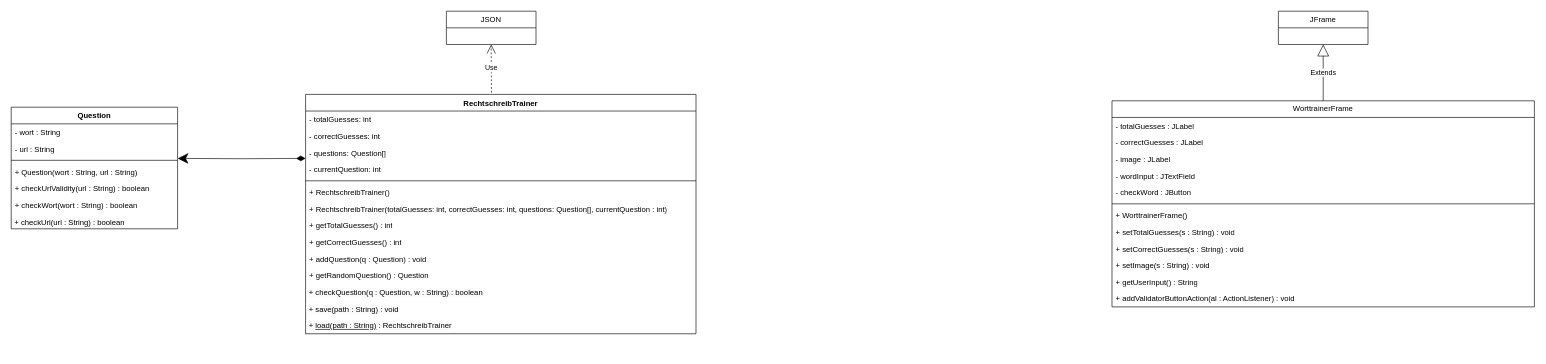
TGM-HIT/sew9-2425-worttrainer-ahujaankush keeps this draw.io diagram as Worttrainer.drawio. Above is the earlier version. Source tidied: cells renumbered, new cells numbered last; positions are measured from the earlier drawing's top-left corner, leaving out a move shared by most shapes. Both pictures are drawn from the tidied source at 64%, with x=0, y=0 at pixel (11, 11).
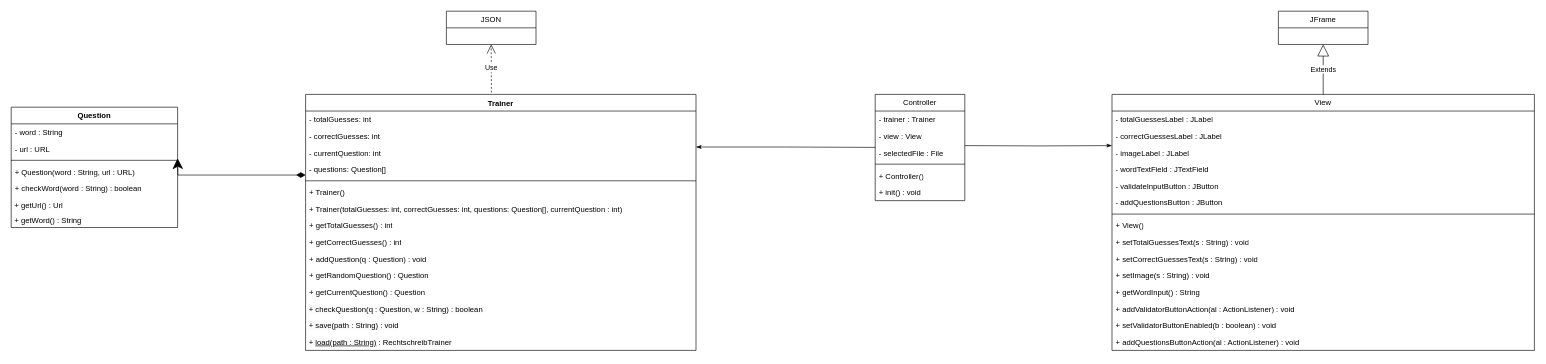
After the change.

What changed in the source:
```diff
@@
     <mxCell id="2" value="Question" style="swimlane;fontStyle=1;align=center;verticalAlign=top;horizontal=1;startSize=26;whiteSpace=wrap;html=1;" parent="1" vertex="1">
-      <mxGeometry y="150" width="260" height="190" as="geometry" />
+      <mxGeometry y="150" width="260" height="188" as="geometry" />
     </mxCell>
-    <mxCell id="3" value="- wort : String" style="text;strokeColor=none;fillColor=none;align=left;verticalAlign=top;spacingLeft=4;spacingRight=4;overflow=hidden;whiteSpace=wrap;html=1;" parent="2" vertex="1">
+    <mxCell id="3" value="- word : String" style="text;strokeColor=none;fillColor=none;align=left;verticalAlign=top;spacingLeft=4;spacingRight=4;overflow=hidden;whiteSpace=wrap;html=1;" parent="2" vertex="1">
       <mxGeometry y="26" width="260" height="26" as="geometry" />
     </mxCell>
-    <mxCell id="4" value="- url : String" style="text;strokeColor=none;fillColor=none;align=left;verticalAlign=top;spacingLeft=4;spacingRight=4;overflow=hidden;whiteSpace=wrap;html=1;" parent="2" vertex="1">
+    <mxCell id="4" value="- url : URL" style="text;strokeColor=none;fillColor=none;align=left;verticalAlign=top;spacingLeft=4;spacingRight=4;overflow=hidden;whiteSpace=wrap;html=1;" parent="2" vertex="1">
       <mxGeometry y="52" width="260" height="26" as="geometry" />
     </mxCell>
@@
-    <mxCell id="6" value="+ Question(wort : String, url : String)" style="text;strokeColor=none;fillColor=none;align=left;verticalAlign=top;spacingLeft=4;spacingRight=4;overflow=hidden;whiteSpace=wrap;html=1;" parent="2" vertex="1">
+    <mxCell id="6" value="+ Question(word : String, url : URL)" style="text;strokeColor=none;fillColor=none;align=left;verticalAlign=top;spacingLeft=4;spacingRight=4;overflow=hidden;whiteSpace=wrap;html=1;" parent="2" vertex="1">
       <mxGeometry y="88" width="260" height="26" as="geometry" />
     </mxCell>
-    <mxCell id="7" value="+ checkUrlValidity(url : String) : boolean" style="text;strokeColor=none;fillColor=none;align=left;verticalAlign=top;spacingLeft=4;spacingRight=4;overflow=hidden;whiteSpace=wrap;html=1;" parent="2" vertex="1">
-      <mxGeometry y="114" width="260" height="26" as="geometry" />
-    </mxCell>
-    <mxCell id="8" value="+ checkWort(wort : String) : boolean" style="text;strokeColor=none;fillColor=none;align=left;verticalAlign=top;spacingLeft=4;spacingRight=4;overflow=hidden;whiteSpace=wrap;html=1;" parent="2" vertex="1">
-      <mxGeometry y="140" width="260" height="26" as="geometry" />
+    <mxCell id="8" value="+ checkWord(word : String) : boolean" style="text;strokeColor=none;fillColor=none;align=left;verticalAlign=top;spacingLeft=4;spacingRight=4;overflow=hidden;whiteSpace=wrap;html=1;" parent="2" vertex="1">
+      <mxGeometry y="114" width="260" height="26" as="geometry" />
     </mxCell>
-    <mxCell id="9" value="&lt;span style=&quot;color: rgb(0, 0, 0); font-family: Helvetica; font-size: 12px; font-style: normal; font-variant-ligatures: normal; font-variant-caps: normal; font-weight: 400; letter-spacing: normal; orphans: 2; text-align: left; text-indent: 0px; text-transform: none; widows: 2; word-spacing: 0px; -webkit-text-stroke-width: 0px; white-space: normal; background-color: rgb(251, 251, 251); text-decoration-thickness: initial; text-decoration-style: initial; text-decoration-color: initial; display: inline !important; float: none;&quot;&gt;&amp;nbsp;+ checkUrl(url : String) : boolean&lt;/span&gt;" style="text;whiteSpace=wrap;html=1;" parent="2" vertex="1">
-      <mxGeometry y="166" width="260" height="24" as="geometry" />
+    <mxCell id="9" value="&lt;span style=&quot;color: rgb(0, 0, 0); font-family: Helvetica; font-size: 12px; font-style: normal; font-variant-ligatures: normal; font-variant-caps: normal; font-weight: 400; letter-spacing: normal; orphans: 2; text-align: left; text-indent: 0px; text-transform: none; widows: 2; word-spacing: 0px; -webkit-text-stroke-width: 0px; white-space: normal; background-color: rgb(251, 251, 251); text-decoration-thickness: initial; text-decoration-style: initial; text-decoration-color: initial; display: inline !important; float: none;&quot;&gt;&amp;nbsp;+ getUrl() : Url&lt;/span&gt;" style="text;whiteSpace=wrap;html=1;" parent="2" vertex="1">
+      <mxGeometry y="140" width="260" height="24" as="geometry" />
     </mxCell>
+    <mxCell id="43" value="&lt;span style=&quot;color: rgb(0, 0, 0); font-family: Helvetica; font-size: 12px; font-style: normal; font-variant-ligatures: normal; font-variant-caps: normal; font-weight: 400; letter-spacing: normal; orphans: 2; text-align: left; text-indent: 0px; text-transform: none; widows: 2; word-spacing: 0px; -webkit-text-stroke-width: 0px; white-space: normal; background-color: rgb(251, 251, 251); text-decoration-thickness: initial; text-decoration-style: initial; text-decoration-color: initial; display: inline !important; float: none;&quot;&gt;&amp;nbsp;+ getWord() : String&lt;/span&gt;" style="text;whiteSpace=wrap;html=1;" parent="2" vertex="1">
+      <mxGeometry y="164" width="260" height="24" as="geometry" />
+    </mxCell>
-    <mxCell id="10" value="RechtschreibTrainer" style="swimlane;fontStyle=1;align=center;verticalAlign=top;horizontal=1;startSize=26;whiteSpace=wrap;html=1;" parent="1" vertex="1">
-      <mxGeometry x="460" y="130" width="610" height="374" as="geometry" />
+    <mxCell id="10" value="Trainer" style="swimlane;fontStyle=1;align=center;verticalAlign=top;horizontal=1;startSize=26;whiteSpace=wrap;html=1;" parent="1" vertex="1">
+      <mxGeometry x="460" y="130" width="610" height="400" as="geometry" />
     </mxCell>
@@
+    <mxCell id="14" value="- currentQuestion: int" style="text;strokeColor=none;fillColor=none;align=left;verticalAlign=top;spacingLeft=4;spacingRight=4;overflow=hidden;whiteSpace=wrap;html=1;" parent="10" vertex="1">
+      <mxGeometry y="78" width="610" height="26" as="geometry" />
+    </mxCell>
     <mxCell id="13" value="- questions: Question[]" style="text;strokeColor=none;fillColor=none;align=left;verticalAlign=top;spacingLeft=4;spacingRight=4;overflow=hidden;points=[[0,0.5],[1,0.5]];portConstraint=eastwest;whiteSpace=wrap;html=1;" parent="10" vertex="1">
-      <mxGeometry y="78" width="610" height="26" as="geometry" />
+      <mxGeometry y="104" width="610" height="26" as="geometry" />
     </mxCell>
-    <mxCell id="14" value="- currentQuestion: int" style="text;strokeColor=none;fillColor=none;align=left;verticalAlign=top;spacingLeft=4;spacingRight=4;overflow=hidden;whiteSpace=wrap;html=1;" parent="10" vertex="1">
-      <mxGeometry y="104" width="610" height="26" as="geometry" />
-    </mxCell>
@@
-    <mxCell id="16" value="+ RechtschreibTrainer()" style="text;strokeColor=none;fillColor=none;align=left;verticalAlign=top;spacingLeft=4;spacingRight=4;overflow=hidden;whiteSpace=wrap;html=1;" parent="10" vertex="1">
+    <mxCell id="16" value="+ Trainer()" style="text;strokeColor=none;fillColor=none;align=left;verticalAlign=top;spacingLeft=4;spacingRight=4;overflow=hidden;whiteSpace=wrap;html=1;" parent="10" vertex="1">
       <mxGeometry y="140" width="610" height="26" as="geometry" />
     </mxCell>
-    <mxCell id="17" value="+ RechtschreibTrainer(totalGuesses: int, correctGuesses: int, questions: Question[], currentQuestion : int)" style="text;strokeColor=none;fillColor=none;align=left;verticalAlign=top;spacingLeft=4;spacingRight=4;overflow=hidden;whiteSpace=wrap;html=1;" parent="10" vertex="1">
+    <mxCell id="17" value="+ Trainer(totalGuesses: int, correctGuesses: int, questions: Question[], currentQuestion : int)" style="text;strokeColor=none;fillColor=none;align=left;verticalAlign=top;spacingLeft=4;spacingRight=4;overflow=hidden;whiteSpace=wrap;html=1;" parent="10" vertex="1">
       <mxGeometry y="166" width="610" height="26" as="geometry" />
     </mxCell>
@@
+    <mxCell id="44" value="+ getCurrentQuestion() : Question" style="text;strokeColor=none;fillColor=none;align=left;verticalAlign=top;spacingLeft=4;spacingRight=4;overflow=hidden;whiteSpace=wrap;html=1;" parent="10" vertex="1">
+      <mxGeometry y="296" width="610" height="26" as="geometry" />
+    </mxCell>
     <mxCell id="22" value="&lt;span style=&quot;color: rgb(0, 0, 0); font-family: Helvetica; font-size: 12px; font-style: normal; font-variant-ligatures: normal; font-variant-caps: normal; font-weight: 400; letter-spacing: normal; orphans: 2; text-align: left; text-indent: 0px; text-transform: none; widows: 2; word-spacing: 0px; -webkit-text-stroke-width: 0px; white-space: normal; background-color: rgb(251, 251, 251); text-decoration-thickness: initial; text-decoration-style: initial; text-decoration-color: initial; display: inline !important; float: none;&quot;&gt;&amp;nbsp;+ checkQuestion(q : Question, w : String) : boolean&lt;/span&gt;" style="text;whiteSpace=wrap;html=1;" parent="10" vertex="1">
-      <mxGeometry y="296" width="610" height="26" as="geometry" />
+      <mxGeometry y="322" width="610" height="26" as="geometry" />
     </mxCell>
     <mxCell id="23" value="&lt;span style=&quot;color: rgb(0, 0, 0); font-family: Helvetica; font-size: 12px; font-style: normal; font-variant-ligatures: normal; font-variant-caps: normal; font-weight: 400; letter-spacing: normal; orphans: 2; text-align: left; text-indent: 0px; text-transform: none; widows: 2; word-spacing: 0px; -webkit-text-stroke-width: 0px; white-space: normal; background-color: rgb(251, 251, 251); text-decoration-thickness: initial; text-decoration-style: initial; text-decoration-color: initial; display: inline !important; float: none;&quot;&gt;&amp;nbsp;+ save(path : String) : void&lt;/span&gt;" style="text;whiteSpace=wrap;html=1;" parent="10" vertex="1">
-      <mxGeometry y="322" width="610" height="26" as="geometry" />
+      <mxGeometry y="348" width="610" height="26" as="geometry" />
     </mxCell>
     <mxCell id="24" value="&lt;span style=&quot;color: rgb(0, 0, 0); font-family: Helvetica; font-size: 12px; font-style: normal; font-variant-ligatures: normal; font-variant-caps: normal; font-weight: 400; letter-spacing: normal; orphans: 2; text-align: left; text-indent: 0px; text-transform: none; widows: 2; word-spacing: 0px; -webkit-text-stroke-width: 0px; white-space: normal; background-color: rgb(251, 251, 251); text-decoration-thickness: initial; text-decoration-style: initial; text-decoration-color: initial; display: inline !important; float: none;&quot;&gt;&amp;nbsp;+ &lt;u&gt;load(path : String)&lt;/u&gt; : RechtschreibTrainer&lt;/span&gt;" style="text;whiteSpace=wrap;html=1;" parent="10" vertex="1">
-      <mxGeometry y="348" width="610" height="26" as="geometry" />
+      <mxGeometry y="374" width="610" height="26" as="geometry" />
     </mxCell>
@@
-    <mxCell id="28" value="WorttrainerFrame" style="swimlane;fontStyle=0;horizontal=1;startSize=26;fillColor=none;whiteSpace=wrap;html=1;" parent="1" vertex="1">
-      <mxGeometry x="1720" y="140" width="660" height="322" as="geometry" />
+    <mxCell id="28" value="View" style="swimlane;fontStyle=0;horizontal=1;startSize=26;fillColor=none;whiteSpace=wrap;html=1;" parent="1" vertex="1">
+      <mxGeometry x="1720" y="130" width="660" height="400" as="geometry" />
     </mxCell>
-    <mxCell id="29" value="- totalGuesses : JLabel" style="text;strokeColor=none;fillColor=none;align=left;verticalAlign=top;spacingLeft=4;spacingRight=4;overflow=hidden;whiteSpace=wrap;html=1;" parent="28" vertex="1">
+    <mxCell id="29" value="- totalGuessesLabel : JLabel" style="text;strokeColor=none;fillColor=none;align=left;verticalAlign=top;spacingLeft=4;spacingRight=4;overflow=hidden;whiteSpace=wrap;html=1;" parent="28" vertex="1">
       <mxGeometry y="26" width="660" height="26" as="geometry" />
     </mxCell>
-    <mxCell id="30" value="- correctGuesses : JLabel" style="text;strokeColor=none;fillColor=none;align=left;verticalAlign=top;spacingLeft=4;spacingRight=4;overflow=hidden;whiteSpace=wrap;html=1;" parent="28" vertex="1">
+    <mxCell id="30" value="- correctGuessesLabel : JLabel" style="text;strokeColor=none;fillColor=none;align=left;verticalAlign=top;spacingLeft=4;spacingRight=4;overflow=hidden;whiteSpace=wrap;html=1;" parent="28" vertex="1">
       <mxGeometry y="52" width="660" height="26" as="geometry" />
     </mxCell>
-    <mxCell id="31" value="- image : JLabel" style="text;strokeColor=none;fillColor=none;align=left;verticalAlign=top;spacingLeft=4;spacingRight=4;overflow=hidden;points=[[0,0.5],[1,0.5]];portConstraint=eastwest;whiteSpace=wrap;html=1;" parent="28" vertex="1">
+    <mxCell id="31" value="- imageLabel : JLabel" style="text;strokeColor=none;fillColor=none;align=left;verticalAlign=top;spacingLeft=4;spacingRight=4;overflow=hidden;points=[[0,0.5],[1,0.5]];portConstraint=eastwest;whiteSpace=wrap;html=1;" parent="28" vertex="1">
       <mxGeometry y="78" width="660" height="26" as="geometry" />
     </mxCell>
-    <mxCell id="32" value="- wordInput : JTextField" style="text;strokeColor=none;fillColor=none;align=left;verticalAlign=top;spacingLeft=4;spacingRight=4;overflow=hidden;whiteSpace=wrap;html=1;" parent="28" vertex="1">
+    <mxCell id="32" value="- wordTextField : JTextField" style="text;strokeColor=none;fillColor=none;align=left;verticalAlign=top;spacingLeft=4;spacingRight=4;overflow=hidden;whiteSpace=wrap;html=1;" parent="28" vertex="1">
       <mxGeometry y="104" width="660" height="26" as="geometry" />
     </mxCell>
-    <mxCell id="33" value="- checkWord : JButton" style="text;strokeColor=none;fillColor=none;align=left;verticalAlign=top;spacingLeft=4;spacingRight=4;overflow=hidden;whiteSpace=wrap;html=1;" parent="28" vertex="1">
+    <mxCell id="33" value="- validateInputButton : JButton" style="text;strokeColor=none;fillColor=none;align=left;verticalAlign=top;spacingLeft=4;spacingRight=4;overflow=hidden;whiteSpace=wrap;html=1;" parent="28" vertex="1">
       <mxGeometry y="130" width="660" height="26" as="geometry" />
     </mxCell>
+    <mxCell id="45" value="- addQuestionsButton : JButton" style="text;strokeColor=none;fillColor=none;align=left;verticalAlign=top;spacingLeft=4;spacingRight=4;overflow=hidden;whiteSpace=wrap;html=1;" parent="28" vertex="1">
+      <mxGeometry y="156" width="660" height="26" as="geometry" />
+    </mxCell>
     <mxCell id="34" style="line;strokeWidth=1;fillColor=none;align=left;verticalAlign=middle;spacingTop=-1;spacingLeft=3;spacingRight=3;labelPosition=right;strokeColor=inherit;" parent="28" vertex="1">
-      <mxGeometry y="156" width="660" height="10" as="geometry" />
+      <mxGeometry y="182" width="660" height="10" as="geometry" />
     </mxCell>
-    <mxCell id="35" value="+&amp;nbsp;&lt;span style=&quot;text-align: center;&quot;&gt;WorttrainerFrame&lt;/span&gt;()" style="text;strokeColor=none;fillColor=none;align=left;verticalAlign=top;spacingLeft=4;spacingRight=4;overflow=hidden;whiteSpace=wrap;html=1;" parent="28" vertex="1">
-      <mxGeometry y="166" width="660" height="26" as="geometry" />
+    <mxCell id="35" value="+&amp;nbsp;&lt;span style=&quot;text-align: center;&quot;&gt;View&lt;/span&gt;()" style="text;strokeColor=none;fillColor=none;align=left;verticalAlign=top;spacingLeft=4;spacingRight=4;overflow=hidden;whiteSpace=wrap;html=1;" parent="28" vertex="1">
+      <mxGeometry y="192" width="660" height="26" as="geometry" />
     </mxCell>
-    <mxCell id="36" value="+ setTotalGuesses(s : String) : void" style="text;strokeColor=none;fillColor=none;align=left;verticalAlign=top;spacingLeft=4;spacingRight=4;overflow=hidden;whiteSpace=wrap;html=1;" parent="28" vertex="1">
-      <mxGeometry y="192" width="660" height="26" as="geometry" />
+    <mxCell id="36" value="+ setTotalGuessesText(s : String) : void" style="text;strokeColor=none;fillColor=none;align=left;verticalAlign=top;spacingLeft=4;spacingRight=4;overflow=hidden;whiteSpace=wrap;html=1;" parent="28" vertex="1">
+      <mxGeometry y="218" width="660" height="26" as="geometry" />
     </mxCell>
-    <mxCell id="37" value="+ setCorrectGuesses(s : String) : void" style="text;strokeColor=none;fillColor=none;align=left;verticalAlign=top;spacingLeft=4;spacingRight=4;overflow=hidden;whiteSpace=wrap;html=1;" parent="28" vertex="1">
-      <mxGeometry y="218" width="660" height="26" as="geometry" />
+    <mxCell id="37" value="+ setCorrectGuessesText(s : String) : void" style="text;strokeColor=none;fillColor=none;align=left;verticalAlign=top;spacingLeft=4;spacingRight=4;overflow=hidden;whiteSpace=wrap;html=1;" parent="28" vertex="1">
+      <mxGeometry y="244" width="660" height="26" as="geometry" />
     </mxCell>
     <mxCell id="38" value="+ setImage(s : String) : void" style="text;strokeColor=none;fillColor=none;align=left;verticalAlign=top;spacingLeft=4;spacingRight=4;overflow=hidden;whiteSpace=wrap;html=1;" parent="28" vertex="1">
-      <mxGeometry y="244" width="660" height="26" as="geometry" />
+      <mxGeometry y="270" width="660" height="26" as="geometry" />
     </mxCell>
-    <mxCell id="39" value="+ getUserInput() : String" style="text;strokeColor=none;fillColor=none;align=left;verticalAlign=top;spacingLeft=4;spacingRight=4;overflow=hidden;whiteSpace=wrap;html=1;" parent="28" vertex="1">
-      <mxGeometry y="270" width="660" height="26" as="geometry" />
+    <mxCell id="39" value="+ getWordInput() : String" style="text;strokeColor=none;fillColor=none;align=left;verticalAlign=top;spacingLeft=4;spacingRight=4;overflow=hidden;whiteSpace=wrap;html=1;" parent="28" vertex="1">
+      <mxGeometry y="296" width="660" height="26" as="geometry" />
     </mxCell>
     <mxCell id="40" value="+ addValidatorButtonAction(al : ActionListener) : void" style="text;strokeColor=none;fillColor=none;align=left;verticalAlign=top;spacingLeft=4;spacingRight=4;overflow=hidden;whiteSpace=wrap;html=1;" parent="28" vertex="1">
-      <mxGeometry y="296" width="660" height="26" as="geometry" />
+      <mxGeometry y="322" width="660" height="26" as="geometry" />
     </mxCell>
+    <mxCell id="46" value="+ setValidatorButtonEnabled(b : boolean) : void" style="text;strokeColor=none;fillColor=none;align=left;verticalAlign=top;spacingLeft=4;spacingRight=4;overflow=hidden;whiteSpace=wrap;html=1;" parent="28" vertex="1">
+      <mxGeometry y="348" width="660" height="26" as="geometry" />
+    </mxCell>
+    <mxCell id="47" value="+ addQuestionsButtonAction(al : ActionListener) : void" style="text;strokeColor=none;fillColor=none;align=left;verticalAlign=top;spacingLeft=4;spacingRight=4;overflow=hidden;whiteSpace=wrap;html=1;" parent="28" vertex="1">
+      <mxGeometry y="374" width="660" height="26" as="geometry" />
+    </mxCell>
@@
+    <mxCell id="48" value="Controller" style="swimlane;fontStyle=0;horizontal=1;startSize=26;fillColor=none;whiteSpace=wrap;html=1;" parent="1" vertex="1">
+      <mxGeometry x="1350" y="130" width="140" height="166" as="geometry" />
+    </mxCell>
+    <mxCell id="49" value="- trainer : Trainer" style="text;strokeColor=none;fillColor=none;align=left;verticalAlign=top;spacingLeft=4;spacingRight=4;overflow=hidden;whiteSpace=wrap;html=1;" parent="48" vertex="1">
+      <mxGeometry y="26" width="140" height="26" as="geometry" />
+    </mxCell>
+    <mxCell id="50" value="- view : View" style="text;strokeColor=none;fillColor=none;align=left;verticalAlign=top;spacingLeft=4;spacingRight=4;overflow=hidden;whiteSpace=wrap;html=1;" parent="48" vertex="1">
+      <mxGeometry y="52" width="140" height="26" as="geometry" />
+    </mxCell>
+    <mxCell id="51" value="- selectedFile : File" style="text;strokeColor=none;fillColor=none;align=left;verticalAlign=top;spacingLeft=4;spacingRight=4;overflow=hidden;whiteSpace=wrap;html=1;" parent="48" vertex="1">
+      <mxGeometry y="78" width="140" height="26" as="geometry" />
+    </mxCell>
+    <mxCell id="52" style="line;strokeWidth=1;fillColor=none;align=left;verticalAlign=middle;spacingTop=-1;spacingLeft=3;spacingRight=3;labelPosition=right;strokeColor=inherit;" parent="48" vertex="1">
+      <mxGeometry y="104" width="140" height="10" as="geometry" />
+    </mxCell>
+    <mxCell id="53" value="+ Controller()" style="text;strokeColor=none;fillColor=none;align=left;verticalAlign=top;spacingLeft=4;spacingRight=4;overflow=hidden;whiteSpace=wrap;html=1;" parent="48" vertex="1">
+      <mxGeometry y="114" width="140" height="26" as="geometry" />
+    </mxCell>
+    <mxCell id="54" value="+ init() : void" style="text;strokeColor=none;fillColor=none;align=left;verticalAlign=top;spacingLeft=4;spacingRight=4;overflow=hidden;whiteSpace=wrap;html=1;" parent="48" vertex="1">
+      <mxGeometry y="140" width="140" height="26" as="geometry" />
+    </mxCell>
+    <mxCell id="55" style="endArrow=classicThin;html=1;edgeStyle=orthogonalEdgeStyle;rounded=0;entryX=0;entryY=0.077;entryDx=0;entryDy=0;entryPerimeter=0;startArrow=none;startFill=0;endFill=1;" parent="1" edge="1" target="31">
+      <mxGeometry relative="1" as="geometry">
+        <mxPoint x="1490" y="210" as="sourcePoint" />
+      </mxGeometry>
+    </mxCell>
+    <mxCell id="56" style="endArrow=none;html=1;edgeStyle=orthogonalEdgeStyle;rounded=0;entryX=0;entryY=0.077;entryDx=0;entryDy=0;entryPerimeter=0;startArrow=classicThin;startFill=1;endFill=0;exitX=1;exitY=0.057;exitDx=0;exitDy=0;exitPerimeter=0;" parent="1" edge="1">
+      <mxGeometry relative="1" as="geometry">
+        <mxPoint x="1070" y="212.2" as="sourcePoint" />
+        <mxPoint x="1350" y="212.8" as="targetPoint" />
+        <Array as="points">
+          <mxPoint x="1210" y="212" />
+          <mxPoint x="1350" y="213" />
+        </Array>
+      </mxGeometry>
+    </mxCell>
```
